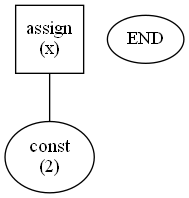
Earlier version of the Graphviz export test-output/Syntax-Tree.gv.png (omarhatem97/Compilers-Project). Its source is kept beside it as test-output/Syntax-Tree.gv.
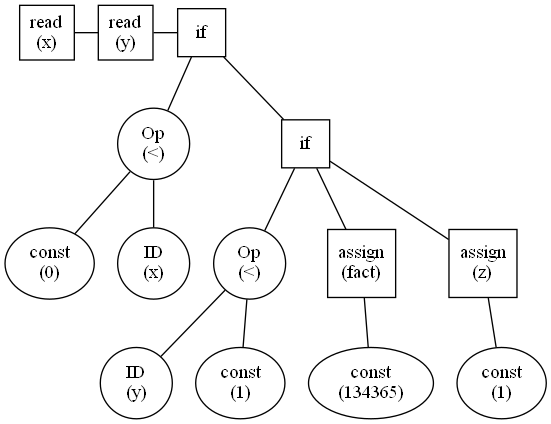
Above is the later version.

The edit, as a diff of the source:
```diff
@@ -1,8 +1,41 @@
 graph {
-	1 [label="assign
+	1 [label="read
 (x)" shape=square]
-	2 [label="const
-(2)"]
-	3 [label=END]
-	1 -- 2
+	2 [label="read
+(y)" shape=square]
+	3 [label=if shape=square]
+	4 [label="const
+(0)"]
+	5 [label="Op
+(<)"]
+	6 [label="ID
+(x)"]
+	7 [label=if shape=square]
+	8 [label="ID
+(y)"]
+	9 [label="Op
+(<)"]
+	10 [label="const
+(1)"]
+	11 [label="assign
+(fact)" shape=square]
+	12 [label="const
+(134365)"]
+	13 [label="assign
+(z)" shape=square]
+	14 [label="const
+(1)"]
+	5 -- 4
+	3 -- 5
+	5 -- 6
+	3 -- 7
+	9 -- 8
+	7 -- 9
+	9 -- 10
+	7 -- 11
+	11 -- 12
+	7 -- 13
+	13 -- 14
+	1 -- 2 [constraint=false]
+	2 -- 3 [constraint=false]
 }
```
